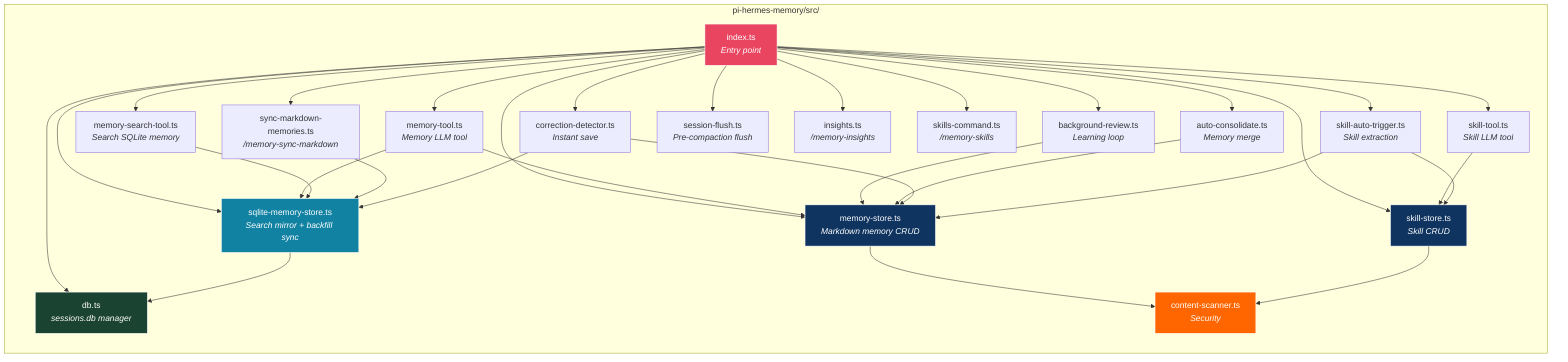
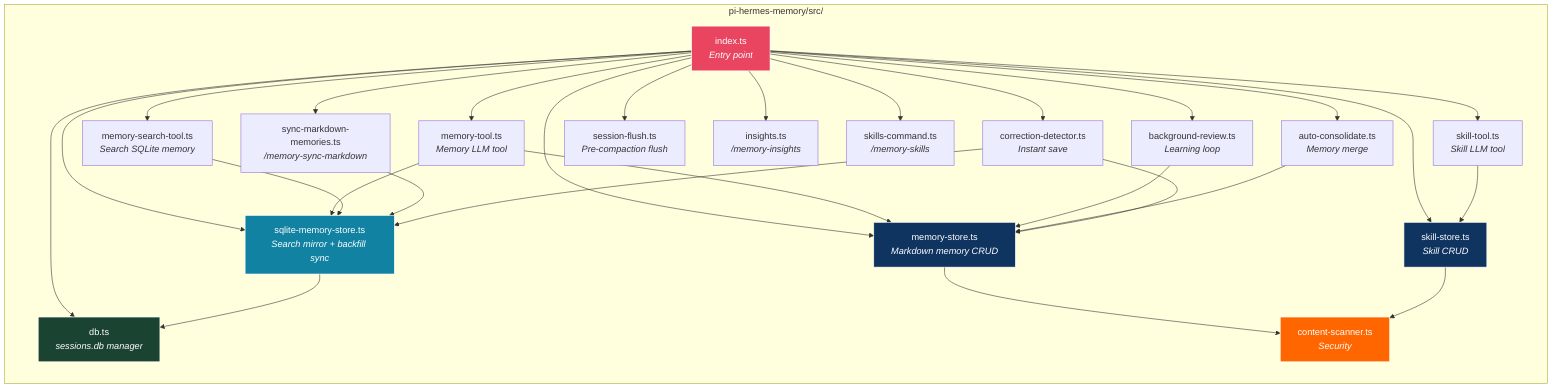
graph LR
    subgraph "pi-hermes-memory/src/"
        IDX["index.ts<br/><i>Entry point</i>"]
        MS["memory-store.ts<br/><i>Markdown memory CRUD</i>"]
        SSM["sqlite-memory-store.ts<br/><i>Search mirror + backfill sync</i>"]
        DB["db.ts<br/><i>sessions.db manager</i>"]
        SS["skill-store.ts<br/><i>Skill CRUD</i>"]
        MT["memory-tool.ts<br/><i>Memory LLM tool</i>"]
        MST["memory-search-tool.ts<br/><i>Search SQLite memory</i>"]
        ST["skill-tool.ts<br/><i>Skill LLM tool</i>"]
        CS["content-scanner.ts<br/><i>Security</i>"]
        BR["background-review.ts<br/><i>Learning loop</i>"]
        AC["auto-consolidate.ts<br/><i>Memory merge</i>"]
        CD["correction-detector.ts<br/><i>Instant save</i>"]
-         SA["skill-auto-trigger.ts<br/><i>Skill extraction</i>"]
        SF["session-flush.ts<br/><i>Pre-compaction flush</i>"]
        IN["insights.ts<br/><i>/memory-insights</i>"]
        SC["skills-command.ts<br/><i>/memory-skills</i>"]
        SM["sync-markdown-memories.ts<br/><i>/memory-sync-markdown</i>"]
    end

    IDX --> MS
    IDX --> SSM
    IDX --> DB
    IDX --> SS
    IDX --> MT
    IDX --> MST
    IDX --> ST
    IDX --> BR
    IDX --> AC
    IDX --> CD
-     IDX --> SA
    IDX --> SF
    IDX --> IN
    IDX --> SC
    IDX --> SM

    MT --> MS
    MT --> SSM
    MST --> SSM
    SM --> SSM
    ST --> SS
    MS --> CS
    SS --> CS
    BR --> MS
    AC --> MS
    CD --> MS
    CD --> SSM
-     SA --> MS
-     SA --> SS
    SSM --> DB

    style IDX fill:#e94560,stroke:#fff,color:#fff
    style MS fill:#0f3460,stroke:#fff,color:#fff
    style SSM fill:#1282a2,stroke:#fff,color:#fff
    style DB fill:#1b4332,stroke:#fff,color:#fff
    style SS fill:#0f3460,stroke:#fff,color:#fff
    style CS fill:#ff6600,stroke:#fff,color:#fff
